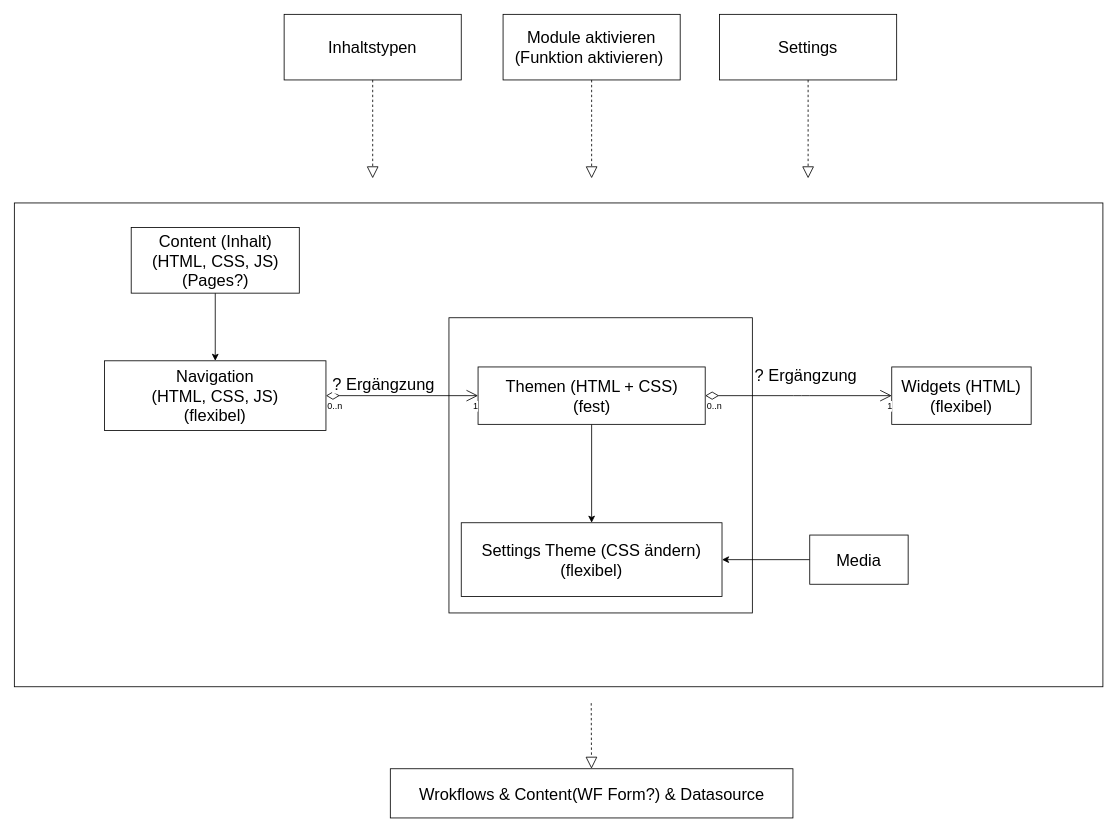
Before: Einrichtungsreihfolge.drawio in masteryijian/Hallo-World-, a draw.io diagram. Source tidied: cells renumbered, new cells numbered last; positions are measured from the earlier drawing's top-left corner, leaving out a move shared by most shapes. Both pictures are drawn from the tidied source at 82%, with x=0, y=0 at pixel (14, 14).
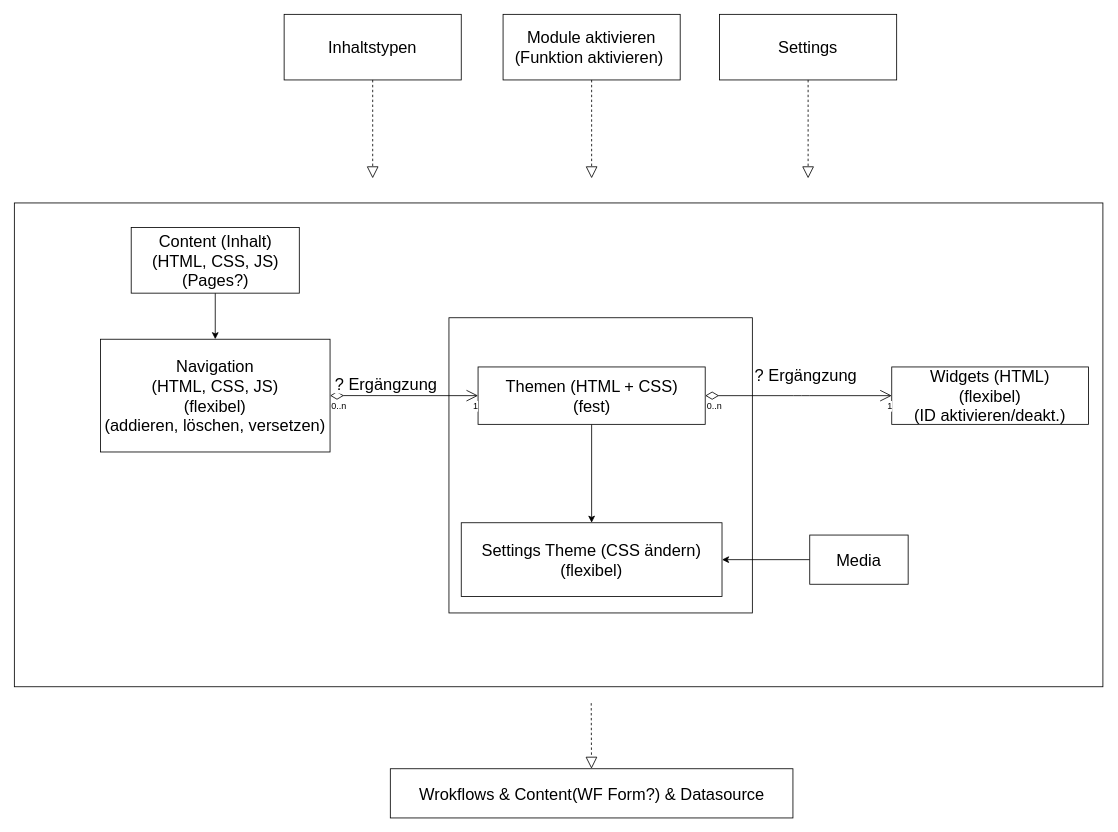
The same page after the edit.

Diff of the diagram source:
```diff
@@
-    <mxCell id="8" value="Widgets (HTML)&lt;br&gt;(flexibel)" style="rounded=0;whiteSpace=wrap;html=1;fontSize=20;" parent="1" vertex="1">
-      <mxGeometry x="1070" y="430" width="170" height="70" as="geometry" />
+    <mxCell id="8" value="Widgets (HTML)&lt;br&gt;(flexibel)&lt;br&gt;(ID aktivieren/deakt.)" style="rounded=0;whiteSpace=wrap;html=1;fontSize=20;" parent="1" vertex="1">
+      <mxGeometry x="1070" y="430" width="240" height="70" as="geometry" />
     </mxCell>
@@
-    <mxCell id="15" value="Navigation&lt;br&gt;(HTML, CSS, JS)&lt;br&gt;(flexibel)" style="rounded=0;whiteSpace=wrap;html=1;fontSize=20;" parent="1" vertex="1">
-      <mxGeometry x="110" y="422.5" width="270" height="85" as="geometry" />
+    <mxCell id="15" value="Navigation&lt;br&gt;(HTML, CSS, JS)&lt;br&gt;(flexibel)&lt;br&gt;(addieren, löschen, versetzen)" style="rounded=0;whiteSpace=wrap;html=1;fontSize=20;" parent="1" vertex="1">
+      <mxGeometry x="105" y="396.2" width="280" height="137.5" as="geometry" />
     </mxCell>
```
